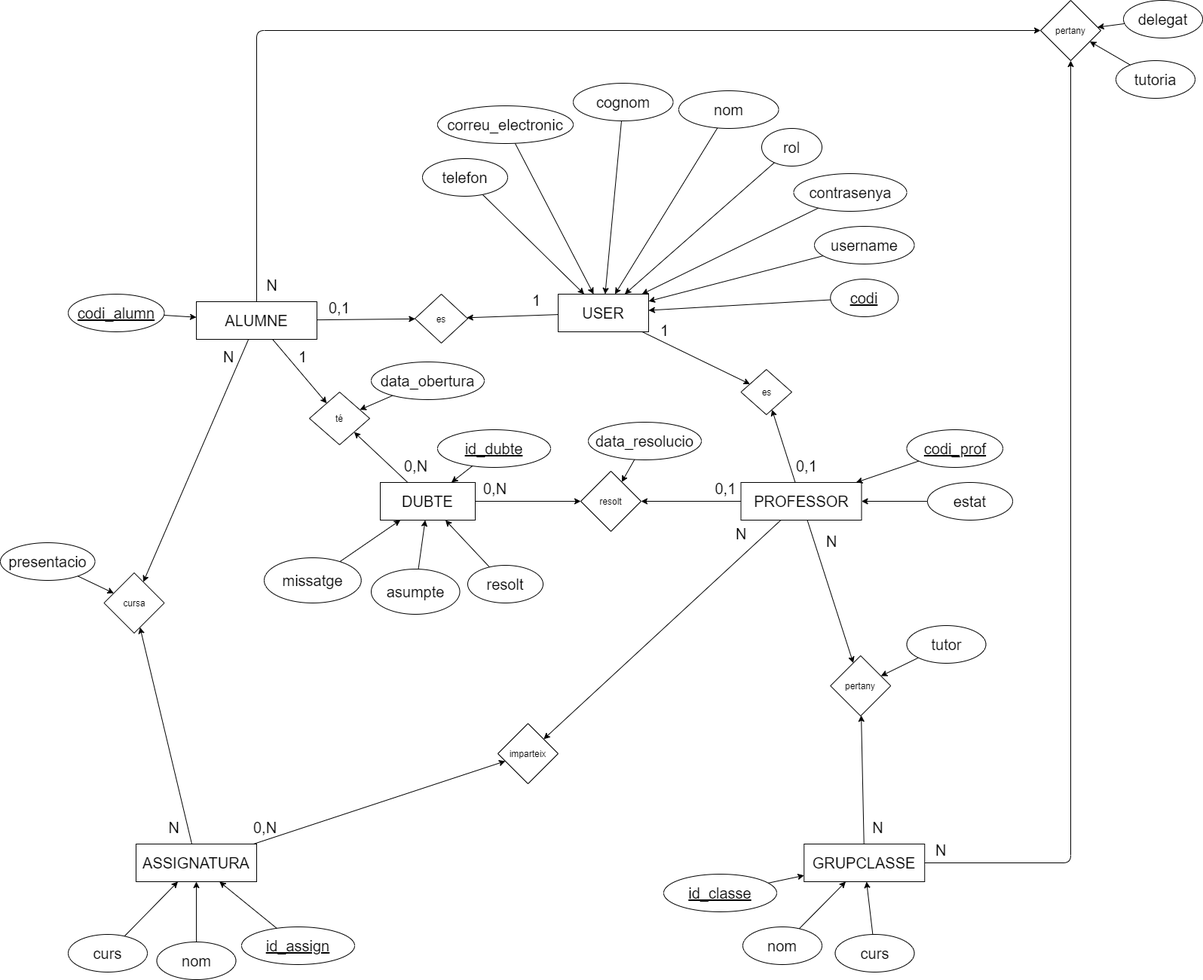
The draw.io diagram Diagrames/EntitatRelacio.drawio.png in Projecte4-Webs-al-punt/Projecte4-Gestor-de-Torns-Professors, before a commit. Source tidied: cells renumbered, new cells last; positions are measured from the earlier drawing's top-left corner, leaving out a move shared by most shapes.
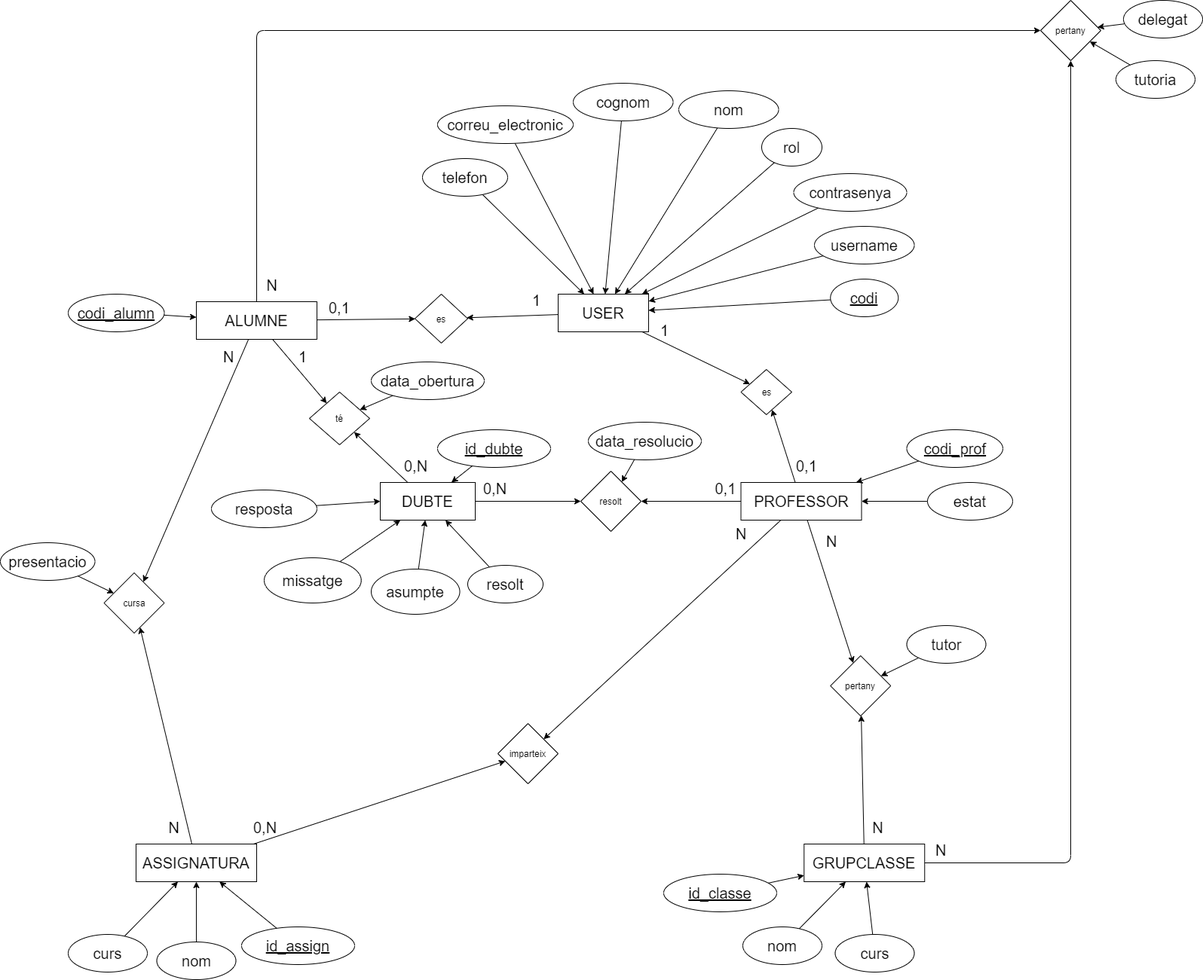
The same diagram one commit later.

Diff of the diagram source:
```diff
@@ -310,5 +310,11 @@
     <mxCell id="101" value="delegat" style="ellipse;whiteSpace=wrap;html=1;align=center;fontSize=20;" parent="1" vertex="1">
       <mxGeometry x="1490" width="105" height="50" as="geometry" />
     </mxCell>
+    <mxCell id="102" style="edgeStyle=none;html=1;entryX=0;entryY=0.5;entryDx=0;entryDy=0;" parent="1" edge="1" source="103" target="47">
+      <mxGeometry relative="1" as="geometry" />
+    </mxCell>
+    <mxCell id="103" value="resposta" style="ellipse;whiteSpace=wrap;html=1;align=center;fontSize=20;" parent="1" vertex="1">
+      <mxGeometry x="280" y="650" width="140" height="50" as="geometry" />
+    </mxCell>
   </root>
 </mxGraphModel>
```
